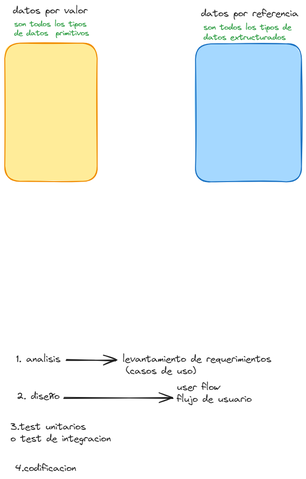
Before: tipos_datos_estructurados/.excalidraw.png, a diagram exported from Excalidraw (MIGUEL12344/curso_python). Source tidied: one line per element, renumbered; positions are measured from the earlier drawing's top-left corner, leaving out a move shared by most shapes.
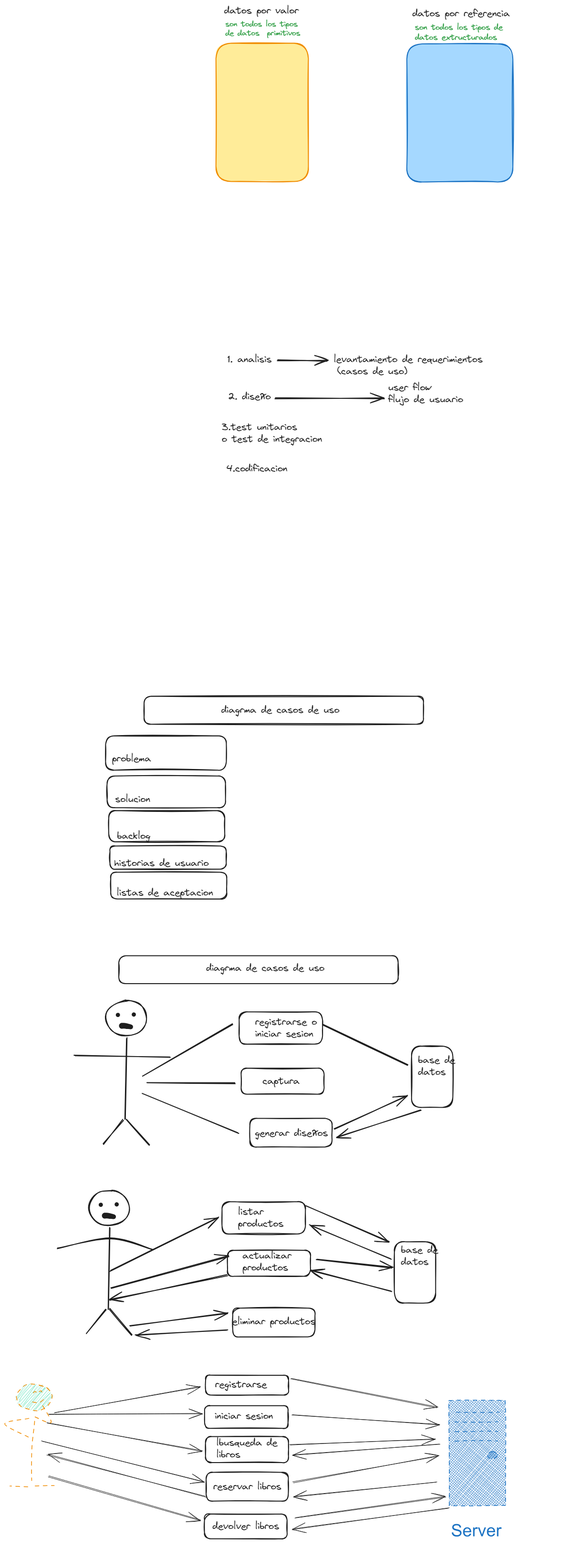
After the commit.

Commit message:
clase actualizada

What changed in the source:
```diff
@@ -11,3 +11,105 @@
 {"id": 10, "type": "text", "text": "user flow \nflujo de usuario", "strokeColor": "#1e1e1e", "strokeWidth": 2, "roughness": 1, "fontSize": 20, "fontFamily": 1, "x": 361, "y": 790, "width": 157, "height": 50}
 {"id": 11, "type": "arrow", "strokeColor": "#1e1e1e", "strokeWidth": 2, "roughness": 1, "endArrowhead": "arrow", "round": true, "from": 8, "to": 10, "x": 124, "y": 824, "width": 230, "height": 1, "points": [[0, 0], [230, 1]]}
 {"id": 12, "type": "text", "text": "4.codificacion", "strokeColor": "#1e1e1e", "strokeWidth": 2, "roughness": 1, "fontSize": 20, "fontFamily": 1, "x": 22, "y": 960, "width": 127, "height": 25}
+{"id": 13, "type": "rectangle", "strokeColor": "#1e1e1e", "strokeWidth": 2, "roughness": 1, "round": true, "x": -151, "y": 1450, "width": 586, "height": 59}
+{"id": 14, "type": "text", "text": "diagrma de casos de uso", "strokeColor": "#1e1e1e", "strokeWidth": 2, "roughness": 1, "fontSize": 20, "fontFamily": 1, "x": 11, "y": 1466, "width": 248, "height": 25}
+{"id": 15, "type": "rectangle", "strokeColor": "#1e1e1e", "strokeWidth": 2, "roughness": 1, "round": true, "x": -231, "y": 1533, "width": 253, "height": 72}
+{"id": 16, "type": "rectangle", "strokeColor": "#1e1e1e", "strokeWidth": 2, "roughness": 1, "round": true, "x": -228, "y": 1617, "width": 248, "height": 66}
+{"id": 17, "type": "rectangle", "strokeColor": "#1e1e1e", "strokeWidth": 2, "roughness": 1, "round": true, "x": -225, "y": 1689, "width": 243, "height": 65}
+{"id": 18, "type": "rectangle", "strokeColor": "#1e1e1e", "strokeWidth": 2, "roughness": 1, "round": true, "x": -222, "y": 1763, "width": 244, "height": 49}
+{"id": 19, "type": "rectangle", "strokeColor": "#1e1e1e", "strokeWidth": 2, "roughness": 1, "round": true, "x": -221, "y": 1818, "width": 243, "height": 56}
+{"id": 20, "type": "text", "text": "problema", "strokeColor": "#1e1e1e", "strokeWidth": 2, "roughness": 1, "fontSize": 20, "fontFamily": 1, "x": -218, "y": 1568, "width": 82, "height": 25}
+{"id": 21, "type": "text", "text": "solucion", "strokeColor": "#1e1e1e", "strokeWidth": 2, "roughness": 1, "fontSize": 20, "fontFamily": 1, "x": -211, "y": 1653, "width": 73, "height": 25}
+{"id": 22, "type": "text", "text": "backlog", "strokeColor": "#1e1e1e", "strokeWidth": 2, "roughness": 1, "fontSize": 20, "fontFamily": 1, "x": -207, "y": 1730, "width": 70, "height": 25}
+{"id": 23, "type": "text", "text": "historias de usuario", "strokeColor": "#1e1e1e", "strokeWidth": 2, "roughness": 1, "fontSize": 20, "fontFamily": 1, "x": -213, "y": 1787, "width": 198, "height": 25}
+{"id": 24, "type": "text", "text": "listas de aceptacion", "strokeColor": "#1e1e1e", "strokeWidth": 2, "roughness": 1, "fontSize": 20, "fontFamily": 1, "x": -208, "y": 1849, "width": 202, "height": 25}
+{"id": 25, "type": "rectangle", "strokeColor": "#1e1e1e", "strokeWidth": 2, "roughness": 1, "round": true, "x": -204, "y": 1993, "width": 586, "height": 59}
+{"id": 26, "type": "text", "text": "diagrma de casos de uso", "strokeColor": "#1e1e1e", "strokeWidth": 2, "roughness": 1, "fontSize": 20, "fontFamily": 1, "x": -20, "y": 2007, "width": 248, "height": 25}
+{"id": 27, "type": "ellipse", "strokeColor": "#1e1e1e", "strokeWidth": 2, "roughness": 1, "round": true, "x": -231, "y": 2088, "width": 86, "height": 74}
+{"id": 28, "type": "line", "strokeColor": "#1e1e1e", "strokeWidth": 2, "roughness": 1, "round": true, "x": -96, "y": 2206, "width": 200, "height": 4, "points": [[0, 0], [-200, -4]]}
+{"id": 29, "type": "line", "strokeColor": "#1e1e1e", "strokeWidth": 2, "roughness": 1, "round": true, "x": -187, "y": 2166, "width": 3, "height": 169, "points": [[0, 0], [-3, 169]]}
+{"id": 30, "type": "line", "strokeColor": "#1e1e1e", "strokeWidth": 2, "roughness": 1, "round": true, "x": -195, "y": 2338, "width": 41, "height": 50, "points": [[0, 0], [-41, 50]]}
+{"id": 31, "type": "line", "strokeColor": "#1e1e1e", "strokeWidth": 2, "roughness": 1, "round": true, "x": -187, "y": 2336, "width": 47, "height": 54, "points": [[0, 0], [47, 54]]}
+{"id": 32, "type": "line", "strokeColor": "#1e1e1e", "strokeWidth": 2, "roughness": 1, "round": true, "x": -153, "y": 2246, "width": 187, "height": 109, "points": [[0, 0], [187, -109]]}
+{"id": 33, "type": "line", "strokeColor": "#1e1e1e", "strokeWidth": 2, "roughness": 1, "round": true, "x": -145, "y": 2259, "width": 185, "height": 2, "points": [[0, 0], [185, 2]]}
+{"id": 34, "type": "line", "strokeColor": "#1e1e1e", "strokeWidth": 2, "roughness": 1, "round": true, "x": -154, "y": 2282, "width": 201, "height": 83, "points": [[0, 0], [201, 83]]}
+{"id": 35, "type": "text", "text": "registrarse o\niniciar sesion", "strokeColor": "#1e1e1e", "strokeWidth": 2, "roughness": 1, "fontSize": 20, "fontFamily": 1, "x": 82, "y": 2120, "width": 130, "height": 50}
+{"id": 36, "type": "rectangle", "strokeColor": "#1e1e1e", "strokeWidth": 2, "roughness": 1, "round": true, "x": 410, "y": 2183, "width": 86, "height": 129}
+{"id": 37, "type": "text", "text": "base de \ndatos", "strokeColor": "#1e1e1e", "strokeWidth": 2, "roughness": 1, "fontSize": 20, "fontFamily": 1, "x": 424, "y": 2200, "width": 88, "height": 50}
+{"id": 38, "type": "line", "strokeColor": "#1e1e1e", "strokeWidth": 2, "roughness": 1, "round": true, "x": 224, "y": 2138, "width": 177, "height": 84, "points": [[0, 0], [177, 84]]}
+{"id": 39, "type": "text", "text": "captura", "strokeColor": "#1e1e1e", "strokeWidth": 2, "roughness": 1, "fontSize": 20, "fontFamily": 1, "x": 98, "y": 2244, "width": 78, "height": 25}
+{"id": 40, "type": "text", "text": "generar diseños", "strokeColor": "#1e1e1e", "strokeWidth": 2, "roughness": 1, "fontSize": 20, "fontFamily": 1, "x": 82, "y": 2353, "width": 153, "height": 25}
+{"id": 41, "type": "arrow", "strokeColor": "#1e1e1e", "strokeWidth": 2, "roughness": 1, "endArrowhead": "arrow", "round": true, "from": 40, "to": 36, "x": 248, "y": 2357, "width": 154, "height": 71, "points": [[0, 0], [154, -71]]}
+{"id": 42, "type": "arrow", "strokeColor": "#1e1e1e", "strokeWidth": 2, "roughness": 1, "endArrowhead": "arrow", "round": true, "from": 36, "x": 429, "y": 2317, "width": 176, "height": 57, "points": [[0, 0], [-176, 57]]}
+{"id": 43, "type": "rectangle", "strokeColor": "#1e1e1e", "strokeWidth": 2, "roughness": 1, "round": true, "x": 49, "y": 2111, "width": 175, "height": 68}
+{"id": 44, "type": "rectangle", "strokeColor": "#1e1e1e", "strokeWidth": 2, "roughness": 1, "round": true, "x": 53, "y": 2229, "width": 174, "height": 54}
+{"id": 45, "type": "rectangle", "strokeColor": "#1e1e1e", "strokeWidth": 2, "roughness": 1, "round": true, "x": 71, "y": 2334, "width": 172, "height": 60}
+{"id": 46, "type": "freedraw", "strokeColor": "#1e1e1e", "strokeWidth": 2, "roughness": 1, "x": -172, "y": 2117, "width": 0, "height": 0, "points": [[0, 0], [0, 0]]}
+{"id": 47, "type": "freedraw", "strokeColor": "#1e1e1e", "strokeWidth": 2, "roughness": 1, "x": -206, "y": 2118, "width": 0, "height": 0, "points": [[0, 0], [0, 0]]}
+{"id": 48, "type": "freedraw", "strokeColor": "#1e1e1e", "strokeWidth": 2, "roughness": 1, "x": -179, "y": 2143, "width": 19, "height": 2, "points": [[0, 0], [-3, 0], [-4, 0], [-4, -1], [-5, -1], [-6, -1], [-7, -1], [-8, -1], [-9, -1], [-9, -1], [-10, -1], [-11, -2], [-12, -2], [-13, -2], [-14, -2], [-14, -2], [-15, -2], [-16, -2], [-17, -2], [-18, -2], [-19, -2], [-19, -2]]}
+{"id": 49, "type": "ellipse", "strokeColor": "#1e1e1e", "strokeWidth": 2, "roughness": 1, "round": true, "x": -266, "y": 2486, "width": 86, "height": 74}
+{"id": 50, "type": "line", "strokeColor": "#1e1e1e", "strokeWidth": 2, "roughness": 1, "round": true, "x": -132, "y": 2610, "width": 200, "height": 23, "points": [[0, 0], [-89, -23], [-200, -4]]}
+{"id": 51, "type": "line", "strokeColor": "#1e1e1e", "strokeWidth": 2, "roughness": 1, "round": true, "x": -223, "y": 2564, "width": 3, "height": 169, "points": [[0, 0], [-3, 169]]}
+{"id": 52, "type": "line", "strokeColor": "#1e1e1e", "strokeWidth": 2, "roughness": 1, "round": true, "x": -231, "y": 2736, "width": 41, "height": 50, "points": [[0, 0], [-41, 50]]}
+{"id": 53, "type": "line", "strokeColor": "#1e1e1e", "strokeWidth": 2, "roughness": 1, "round": true, "x": -223, "y": 2734, "width": 47, "height": 54, "points": [[0, 0], [47, 54]]}
+{"id": 54, "type": "text", "text": "listar \nproductos", "strokeColor": "#1e1e1e", "strokeWidth": 2, "roughness": 1, "fontSize": 20, "fontFamily": 1, "x": 46, "y": 2518, "width": 96, "height": 50}
+{"id": 55, "type": "rectangle", "strokeColor": "#1e1e1e", "strokeWidth": 2, "roughness": 1, "round": true, "x": 374, "y": 2593, "width": 86, "height": 129}
+{"id": 56, "type": "text", "text": "base de \ndatos", "strokeColor": "#1e1e1e", "strokeWidth": 2, "roughness": 1, "fontSize": 20, "fontFamily": 1, "x": 388, "y": 2598, "width": 88, "height": 50}
+{"id": 57, "type": "text", "text": "actualizar\nproductos", "strokeColor": "#1e1e1e", "strokeWidth": 2, "roughness": 1, "fontSize": 20, "fontFamily": 1, "x": 56, "y": 2610, "width": 102, "height": 50}
+{"id": 58, "type": "text", "text": "eliminar productos", "strokeColor": "#1e1e1e", "strokeWidth": 2, "roughness": 1, "fontSize": 20, "fontFamily": 1, "x": 34, "y": 2748, "width": 174, "height": 25}
+{"id": 59, "type": "rectangle", "strokeColor": "#1e1e1e", "strokeWidth": 2, "roughness": 1, "round": true, "x": 13, "y": 2509, "width": 175, "height": 68}
+{"id": 60, "type": "rectangle", "strokeColor": "#1e1e1e", "strokeWidth": 2, "roughness": 1, "round": true, "x": 24, "y": 2611, "width": 174, "height": 54}
+{"id": 61, "type": "rectangle", "strokeColor": "#1e1e1e", "strokeWidth": 2, "roughness": 1, "round": true, "x": 35, "y": 2732, "width": 172, "height": 60}
+{"id": 62, "type": "freedraw", "strokeColor": "#1e1e1e", "strokeWidth": 2, "roughness": 1, "x": -208, "y": 2515, "width": 0, "height": 0, "points": [[0, 0], [0, 0]]}
+{"id": 63, "type": "freedraw", "strokeColor": "#1e1e1e", "strokeWidth": 2, "roughness": 1, "x": -241, "y": 2516, "width": 0, "height": 0, "points": [[0, 0], [0, 0]]}
+{"id": 64, "type": "freedraw", "strokeColor": "#1e1e1e", "strokeWidth": 2, "roughness": 1, "x": -215, "y": 2541, "width": 19, "height": 2, "points": [[0, 0], [-3, 0], [-4, 0], [-4, -1], [-5, -1], [-6, -1], [-7, -1], [-8, -1], [-9, -1], [-9, -1], [-10, -1], [-11, -2], [-12, -2], [-13, -2], [-14, -2], [-14, -2], [-15, -2], [-16, -2], [-17, -2], [-18, -2], [-19, -2], [-19, -2]]}
+{"id": 65, "type": "arrow", "strokeColor": "#1e1e1e", "strokeWidth": 2, "roughness": 1, "endArrowhead": "arrow", "round": true, "from": 59, "to": 55, "x": 189, "y": 2518, "width": 174, "height": 76, "points": [[0, 0], [174, 76]]}
+{"id": 66, "type": "arrow", "strokeColor": "#1e1e1e", "strokeWidth": 2, "roughness": 1, "endArrowhead": "arrow", "round": true, "from": 55, "to": 59, "x": 368, "y": 2630, "width": 171, "height": 73, "points": [[0, 0], [-171, -73]]}
+{"id": 67, "type": "arrow", "strokeColor": "#1e1e1e", "strokeWidth": 2, "roughness": 1, "endArrowhead": "arrow", "round": true, "from": 60, "to": 55, "x": 211, "y": 2630, "width": 158, "height": 17, "points": [[0, 0], [158, 17]]}
+{"id": 68, "type": "arrow", "strokeColor": "#1e1e1e", "strokeWidth": 2, "roughness": 1, "endArrowhead": "arrow", "round": true, "to": 59, "x": -221, "y": 2654, "width": 227, "height": 113, "points": [[0, 0], [227, -113]]}
+{"id": 69, "type": "arrow", "strokeColor": "#1e1e1e", "strokeWidth": 2, "roughness": 1, "endArrowhead": "arrow", "round": true, "x": -220, "y": 2691, "width": 246, "height": 67, "points": [[0, 0], [246, -67]]}
+{"id": 70, "type": "arrow", "strokeColor": "#1e1e1e", "strokeWidth": 2, "roughness": 1, "endArrowhead": "arrow", "round": true, "from": 60, "x": 24, "y": 2663, "width": 247, "height": 53, "points": [[0, 0], [-247, 53]]}
+{"id": 71, "type": "arrow", "strokeColor": "#1e1e1e", "strokeWidth": 2, "roughness": 1, "endArrowhead": "arrow", "round": true, "to": 61, "x": -181, "y": 2769, "width": 206, "height": 27, "points": [[0, 0], [206, -27]]}
+{"id": 72, "type": "arrow", "strokeColor": "#1e1e1e", "strokeWidth": 2, "roughness": 1, "endArrowhead": "arrow", "round": true, "from": 61, "x": 24, "y": 2778, "width": 193, "height": 11, "points": [[0, 0], [-193, 11]]}
+{"id": 73, "type": "arrow", "strokeColor": "#1e1e1e", "strokeWidth": 2, "roughness": 1, "endArrowhead": "arrow", "round": true, "from": 55, "x": 369, "y": 2698, "width": 171, "height": 45, "points": [[0, 0], [-171, -45]]}
+{"id": 74, "type": "text", "text": "registrarse ", "strokeColor": "#1e1e1e", "strokeWidth": 2, "roughness": 1, "fontSize": 20, "fontFamily": 1, "x": -2, "y": 2880, "width": 118, "height": 25}
+{"id": 75, "type": "text", "text": "lbusqueda de \nlibros", "strokeColor": "#1e1e1e", "strokeWidth": 2, "roughness": 1, "fontSize": 20, "fontFamily": 1, "x": 1, "y": 3002, "width": 138, "height": 50}
+{"id": 76, "type": "arrow", "strokeColor": "#1e1e1e", "strokeWidth": 1, "roughness": 1, "endArrowhead": "arrow", "round": true, "from": 80, "to": 100, "x": 162, "y": 3097, "width": 304, "height": 55, "points": [[0, 0], [304, -55]]}
+{"id": 77, "type": "arrow", "strokeColor": "#1e1e1e", "strokeWidth": 1, "roughness": 1, "endArrowhead": "arrow", "round": true, "from": 100, "to": 80, "x": 463, "y": 3096, "width": 298, "height": 31, "points": [[0, 0], [-298, 31]]}
+{"id": 78, "type": "rectangle", "strokeColor": "#1e1e1e", "strokeWidth": 2, "roughness": 1, "round": true, "x": -24, "y": 2937, "width": 175, "height": 47}
+{"id": 79, "type": "rectangle", "strokeColor": "#1e1e1e", "strokeWidth": 2, "roughness": 1, "round": true, "x": -22, "y": 3002, "width": 174, "height": 54}
+{"id": 80, "type": "rectangle", "strokeColor": "#1e1e1e", "strokeWidth": 2, "roughness": 1, "round": true, "x": -21, "y": 3076, "width": 172, "height": 60}
+{"id": 81, "type": "text", "text": "reservar libros", "strokeColor": "#1e1e1e", "strokeWidth": 2, "roughness": 1, "fontSize": 20, "fontFamily": 1, "textAlign": "center", "verticalAlign": "middle", "inside": 80, "x": -6, "y": 3094, "width": 143, "height": 25}
+{"id": 82, "type": "arrow", "strokeColor": "#1e1e1e", "strokeWidth": 1, "roughness": 1, "endArrowhead": "arrow", "round": true, "from": 78, "to": 100, "x": 160, "y": 2955, "width": 309, "height": 22, "points": [[0, 0], [309, 22]]}
+{"id": 83, "type": "arrow", "strokeColor": "#1e1e1e", "strokeWidth": 1, "roughness": 1, "endArrowhead": "arrow", "round": true, "from": 79, "to": 100, "x": 156, "y": 3019, "width": 304, "height": 12, "points": [[0, 0], [304, -12]]}
+{"id": 84, "type": "rectangle", "strokeColor": "#1e1e1e", "strokeWidth": 2, "roughness": 1, "round": true, "x": -24, "y": 3164, "width": 173, "height": 52}
+{"id": 85, "type": "text", "text": "devolver libros", "strokeColor": "#1e1e1e", "strokeWidth": 2, "roughness": 1, "fontSize": 20, "fontFamily": 1, "textAlign": "center", "verticalAlign": "middle", "inside": 84, "x": -7, "y": 3177, "width": 139, "height": 25}
+{"id": 86, "type": "arrow", "strokeColor": "#1e1e1e", "strokeWidth": 1, "roughness": 1, "endArrowhead": "arrow", "round": true, "to": 100, "x": 166, "y": 3172, "width": 316, "height": 44, "points": [[0, 0], [316, -44]]}
+{"id": 87, "type": "arrow", "strokeColor": "#1e1e1e", "strokeWidth": 1, "roughness": 1, "endArrowhead": "arrow", "round": true, "from": 100, "to": 84, "x": 488, "y": 3152, "width": 327, "height": 43, "points": [[0, 0], [-327, 43]]}
+{"id": 88, "type": "rectangle", "strokeColor": "#1e1e1e", "strokeWidth": 2, "roughness": 1, "round": true, "x": -22, "y": 2873, "width": 174, "height": 42}
+{"id": 89, "type": "text", "text": "iniciar sesion", "strokeColor": "#1e1e1e", "strokeWidth": 2, "roughness": 1, "fontSize": 20, "fontFamily": 1, "x": -3, "y": 2946, "width": 122, "height": 25}
+{"id": 90, "type": "arrow", "strokeColor": "#1e1e1e", "strokeWidth": 1, "roughness": 1, "endArrowhead": "arrow", "round": true, "to": 84, "x": -351, "y": 3085, "width": 318, "height": 92, "points": [[0, 0], [318, 92]]}
+{"id": 91, "type": "arrow", "strokeColor": "#1e1e1e", "strokeWidth": 1, "roughness": 1, "endArrowhead": "arrow", "round": true, "to": 80, "x": -364, "y": 3011, "width": 338, "height": 85, "points": [[0, 0], [338, 85]]}
+{"id": 92, "type": "arrow", "strokeColor": "#1e1e1e", "strokeWidth": 1, "roughness": 1, "endArrowhead": "arrow", "round": true, "from": 80, "x": -22, "y": 3127, "width": 332, "height": 88, "points": [[0, 0], [-332, -88]]}
+{"id": 93, "type": "arrow", "strokeColor": "#1e1e1e", "strokeWidth": 1, "roughness": 1, "endArrowhead": "arrow", "round": true, "to": 79, "x": -353, "y": 2973, "width": 325, "height": 58, "points": [[0, 0], [325, 58]]}
+{"id": 94, "type": "arrow", "strokeColor": "#1e1e1e", "strokeWidth": 1, "roughness": 1, "endArrowhead": "arrow", "round": true, "from": 100, "to": 79, "x": 470, "y": 3017, "width": 309, "height": 24, "points": [[0, 0], [-309, 24]]}
+{"id": 95, "type": "arrow", "strokeColor": "#1e1e1e", "strokeWidth": 1, "roughness": 1, "endArrowhead": "arrow", "round": true, "from": 107, "to": 78, "x": -350, "y": 2955, "width": 320, "height": 1, "points": [[0, 0], [320, -1]]}
+{"id": 96, "type": "arrow", "strokeColor": "#1e1e1e", "strokeWidth": 1, "roughness": 1, "endArrowhead": "arrow", "round": true, "to": 88, "x": -339, "y": 2951, "width": 306, "height": 55, "points": [[0, 0], [306, -55]]}
+{"id": 97, "type": "arrow", "strokeColor": "#1e1e1e", "strokeWidth": 1, "roughness": 1, "endArrowhead": "arrow", "round": true, "from": 88, "to": 100, "x": 157, "y": 2880, "width": 307, "height": 60, "points": [[0, 0], [307, 60]]}
+{"id": 98, "type": "ellipse", "strokeColor": "#1971c2", "angle": 6.28, "backgroundColor": "#1971c2", "fillStyle": "cross-hatch", "strokeWidth": 1, "strokeStyle": "dashed", "roughness": 1, "opacity": 0, "x": 363, "y": 2898, "width": 369, "height": 369}
+{"id": 99, "type": "text", "text": "Server", "strokeColor": "#1971c2", "angle": 6.28, "backgroundColor": "#1971c2", "fillStyle": "cross-hatch", "strokeWidth": 1, "strokeStyle": "dashed", "roughness": 1, "fontSize": 36, "fontFamily": 2, "textAlign": "center", "x": 493, "y": 3178, "width": 106, "height": 41}
+{"id": 100, "type": "rectangle", "strokeColor": "#1971c2", "angle": 6.28, "backgroundColor": "#1971c2", "fillStyle": "cross-hatch", "strokeWidth": 1, "strokeStyle": "dashed", "roughness": 1, "x": 489, "y": 2926, "width": 118, "height": 220}
+{"id": 101, "type": "line", "strokeColor": "#1971c2", "angle": 6.28, "backgroundColor": "#1971c2", "fillStyle": "cross-hatch", "strokeWidth": 1, "strokeStyle": "dashed", "roughness": 1, "x": 503, "y": 2950, "width": 90, "height": 0, "points": [[0, 0], [90, 0]]}
+{"id": 102, "type": "line", "strokeColor": "#1971c2", "angle": 6.28, "backgroundColor": "#1971c2", "fillStyle": "cross-hatch", "strokeWidth": 1, "strokeStyle": "dashed", "roughness": 1, "x": 501, "y": 2971, "width": 90, "height": 0, "points": [[0, 0], [90, 0]]}
+{"id": 103, "type": "line", "strokeColor": "#1971c2", "angle": 6.28, "backgroundColor": "#1971c2", "fillStyle": "cross-hatch", "strokeWidth": 1, "strokeStyle": "dashed", "roughness": 1, "x": 501, "y": 2991, "width": 90, "height": 0, "points": [[0, 0], [90, 0]]}
+{"id": 104, "type": "line", "strokeColor": "#1971c2", "angle": 6.28, "backgroundColor": "#1971c2", "fillStyle": "cross-hatch", "strokeWidth": 1, "strokeStyle": "dashed", "roughness": 1, "x": 501, "y": 3011, "width": 90, "height": 0, "points": [[0, 0], [90, 0]]}
+{"id": 105, "type": "ellipse", "strokeColor": "#1971c2", "angle": 6.28, "backgroundColor": "#1971c2", "fillStyle": "cross-hatch", "strokeWidth": 1, "strokeStyle": "dashed", "roughness": 1, "x": 569, "y": 3033, "width": 21, "height": 15}
+{"id": 106, "type": "line", "strokeColor": "#f08c00", "backgroundColor": "#38d9a9", "fillStyle": "hachure", "strokeWidth": 1, "strokeStyle": "dashed", "roughness": 2, "round": true, "x": -393, "y": 2962, "width": 47, "height": 42, "points": [[0, 0], [-47, 11], [-1, 42]]}
+{"id": 107, "type": "ellipse", "strokeColor": "#f08c00", "backgroundColor": "#38d9a9", "fillStyle": "hachure", "strokeWidth": 1, "strokeStyle": "dashed", "roughness": 2, "round": true, "x": -418, "y": 2891, "width": 74, "height": 57}
+{"id": 108, "type": "line", "strokeColor": "#f08c00", "backgroundColor": "#38d9a9", "fillStyle": "hachure", "strokeWidth": 1, "strokeStyle": "dashed", "roughness": 2, "round": true, "x": -385, "y": 2930, "width": 26, "height": 9, "points": [[0, 0], [16, 0], [26, -9]]}
+{"id": 109, "type": "line", "strokeColor": "#f08c00", "backgroundColor": "#38d9a9", "fillStyle": "hachure", "strokeWidth": 1, "strokeStyle": "dashed", "roughness": 2, "round": true, "x": -377, "y": 2960, "width": 29, "height": 40, "points": [[0, 0], [29, 13], [13, -27]]}
+{"id": 110, "type": "line", "strokeColor": "#f08c00", "backgroundColor": "#38d9a9", "fillStyle": "hachure", "strokeWidth": 1, "strokeStyle": "dashed", "roughness": 2, "round": true, "x": -383, "y": 2970, "width": 2, "height": 126, "points": [[0, 0], [-2, 55], [-1, 126]]}
+{"id": 111, "type": "line", "strokeColor": "#f08c00", "backgroundColor": "#38d9a9", "fillStyle": "hachure", "strokeWidth": 1, "strokeStyle": "dashed", "roughness": 2, "round": true, "x": -394, "y": 3106, "width": 37, "height": 0, "points": [[0, 0], [-37, 0]]}
+{"id": 112, "type": "line", "strokeColor": "#f08c00", "backgroundColor": "#38d9a9", "fillStyle": "hachure", "strokeWidth": 1, "strokeStyle": "dashed", "roughness": 2, "round": true, "x": -378, "y": 3106, "width": 38, "height": 0, "points": [[0, 0], [38, 0]]}
+{"id": 113, "type": "line", "strokeColor": "#f08c00", "backgroundColor": "#38d9a9", "fillStyle": "hachure", "strokeWidth": 1, "strokeStyle": "dashed", "roughness": 2, "round": true, "x": -371, "y": 2908, "width": 6, "height": 3, "points": [[0, 0], [4, -3], [6, 0]]}
+{"id": 114, "type": "line", "strokeColor": "#f08c00", "backgroundColor": "#38d9a9", "fillStyle": "hachure", "strokeWidth": 1, "strokeStyle": "dashed", "roughness": 2, "round": true, "x": -383, "y": 2909, "width": 6, "height": 3, "points": [[0, 0], [4, -3], [6, 0]]}
```
